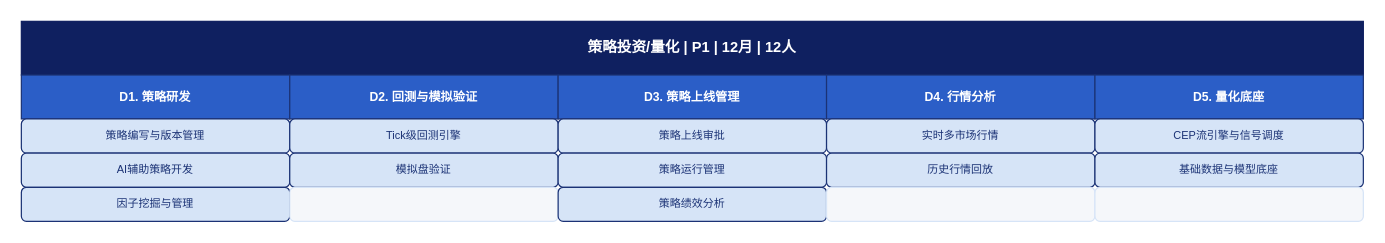
The draw.io diagram Feasibility_analysis/drawio/detail_08_策略投资_量化.drawio in BellyFish99/ficc-projDocs, before the edit. Source tidied: cells renumbered, new cells numbered last; positions are measured from the earlier drawing's top-left corner, leaving out a move shared by most shapes. Both pictures are drawn from the tidied source at 122%, with x=0, y=0 at pixel (21, 21).
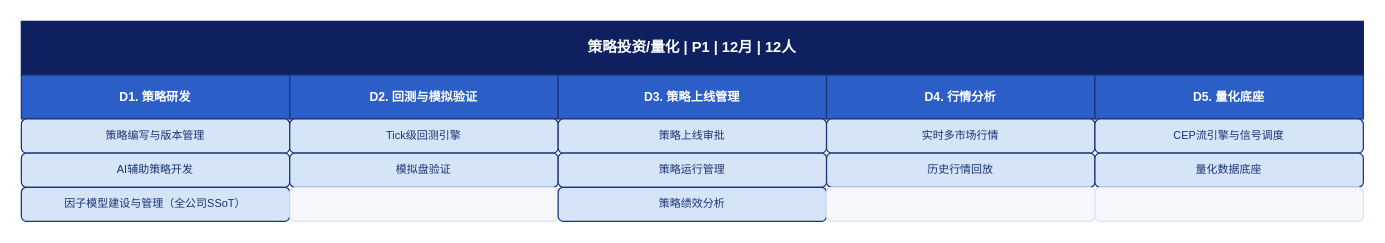
The same page after the edit.

Change to the diagram source:
```diff
@@
-    <mxCell id="17" value="基础数据与模型底座" style="rounded=1;whiteSpace=wrap;html=1;fillColor=#D6E4F7;fontColor=#1B3275;strokeColor=#1B3275;fontSize=9;align=center;verticalAlign=middle;" parent="1" vertex="1">
+    <mxCell id="17" value="量化数据底座" style="rounded=1;whiteSpace=wrap;html=1;fillColor=#D6E4F7;fontColor=#1B3275;strokeColor=#1B3275;fontSize=9;align=center;verticalAlign=middle;" parent="1" vertex="1">
       <mxGeometry x="880" y="108" width="220" height="28" as="geometry" />
     </mxCell>
-    <mxCell id="18" value="因子挖掘与管理" style="rounded=1;whiteSpace=wrap;html=1;fillColor=#D6E4F7;fontColor=#1B3275;strokeColor=#1B3275;fontSize=9;align=center;verticalAlign=middle;" parent="1" vertex="1">
+    <mxCell id="18" value="因子模型建设与管理（全公司SSoT）" style="rounded=1;whiteSpace=wrap;html=1;fillColor=#D6E4F7;fontColor=#1B3275;strokeColor=#1B3275;fontSize=9;align=center;verticalAlign=middle;" parent="1" vertex="1">
       <mxGeometry y="136" width="220" height="28" as="geometry" />
     </mxCell>
```
